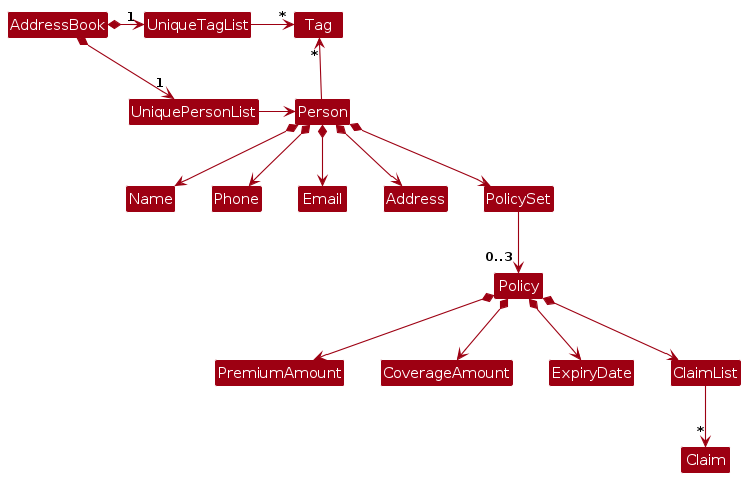
Above: diagrams/BetterModelClassDiagram.png in AY2425S1-CS2103T-T14-1/tp (PlantUML), before the change. Its source is kept beside it as diagrams/BetterModelClassDiagram.puml.
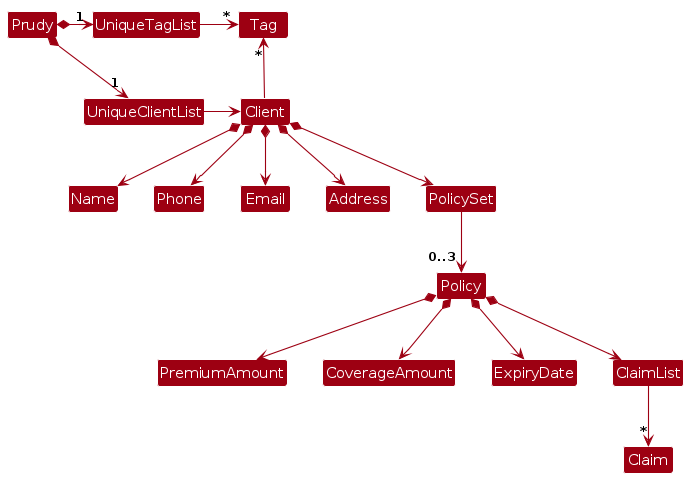
After the commit.

Diff of the diagram source:
```diff
@@ -4,21 +4,21 @@
 skinparam arrowColor MODEL_COLOR
 skinparam classBackgroundColor MODEL_COLOR
 
-AddressBook *-right-> "1" UniquePersonList
-AddressBook *-right-> "1" UniqueTagList
-UniqueTagList -[hidden]down- UniquePersonList
-UniqueTagList -[hidden]down- UniquePersonList
+Prudy *-right-> "1" UniqueClientList
+Prudy *-right-> "1" UniqueTagList
+UniqueTagList -[hidden]down- UniqueClientList
+UniqueTagList -[hidden]down- UniqueClientList
 
 UniqueTagList -right-> "*" Tag
-UniquePersonList -right-> Person
+UniqueClientList -right-> Client
 
-Person -up-> "*" Tag
+Client -up-> "*" Tag
 
-Person *--> Name
-Person *--> Phone
-Person *--> Email
-Person *--> Address
-Person *--> PolicySet
+Client *--> Name
+Client *--> Phone
+Client *--> Email
+Client *--> Address
+Client *--> PolicySet
 
 PolicySet --> "0..3" Policy
 
```
